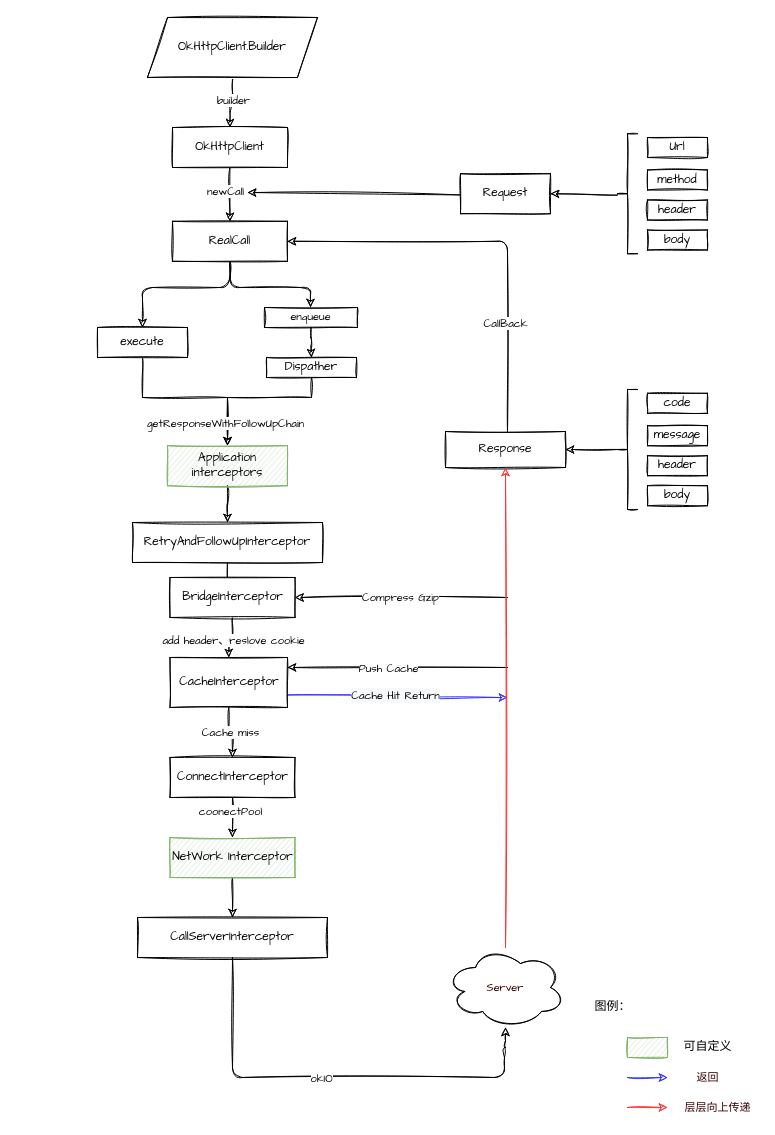
Above: 源码分析/okhttp/OkHttp3 流程图.drawio in daishengda2018/AndroidKnowledgeSystem (draw.io), before the change. Source tidied: cells renumbered, new cells numbered last; positions are measured from the earlier drawing's top-left corner, leaving out a move shared by most shapes. Both pictures are drawn from the tidied source at 100%, with x=0, y=0 at pixel (97, 17).
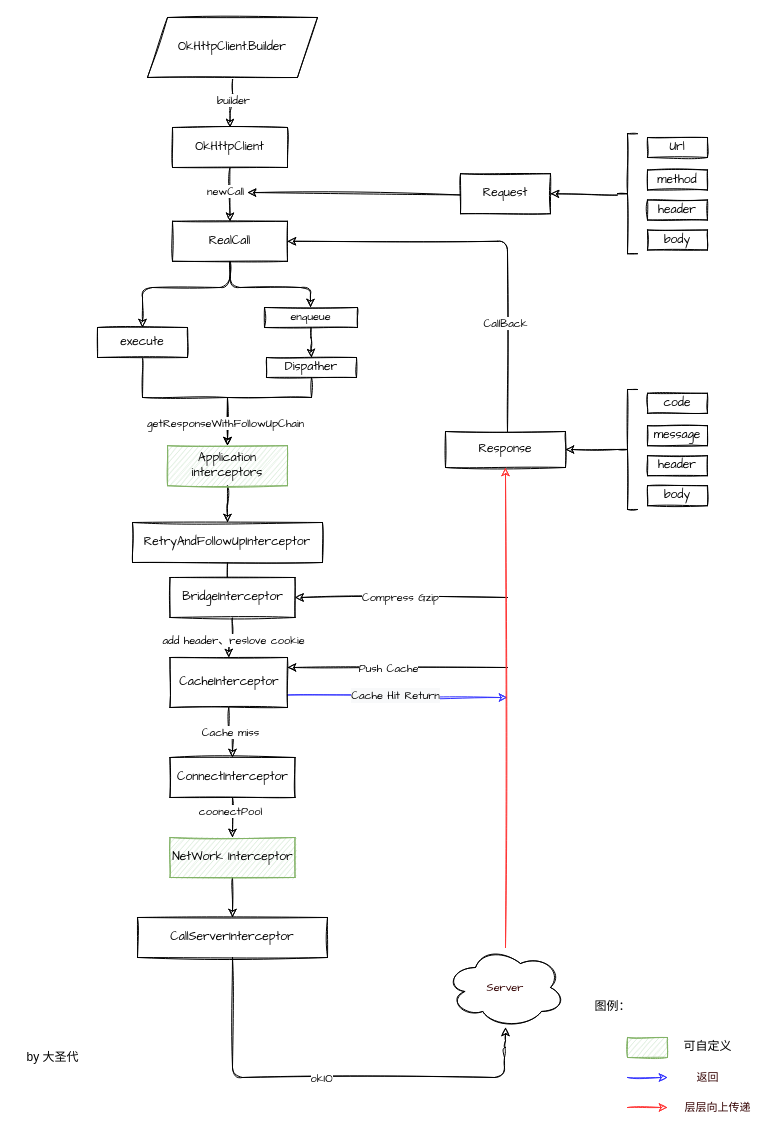
The same page after the edit.

Commit message (it also covers changes not shown here):
retrofit2.9.0 源码阅读

Change to the diagram source:
```diff
@@
+    <mxCell id="69" value="by 大圣代" style="text;html=1;align=center;verticalAlign=middle;" parent="1" vertex="1">
+      <mxGeometry x="-80" y="1030" width="70" height="20" as="geometry" />
+    </mxCell>
```
